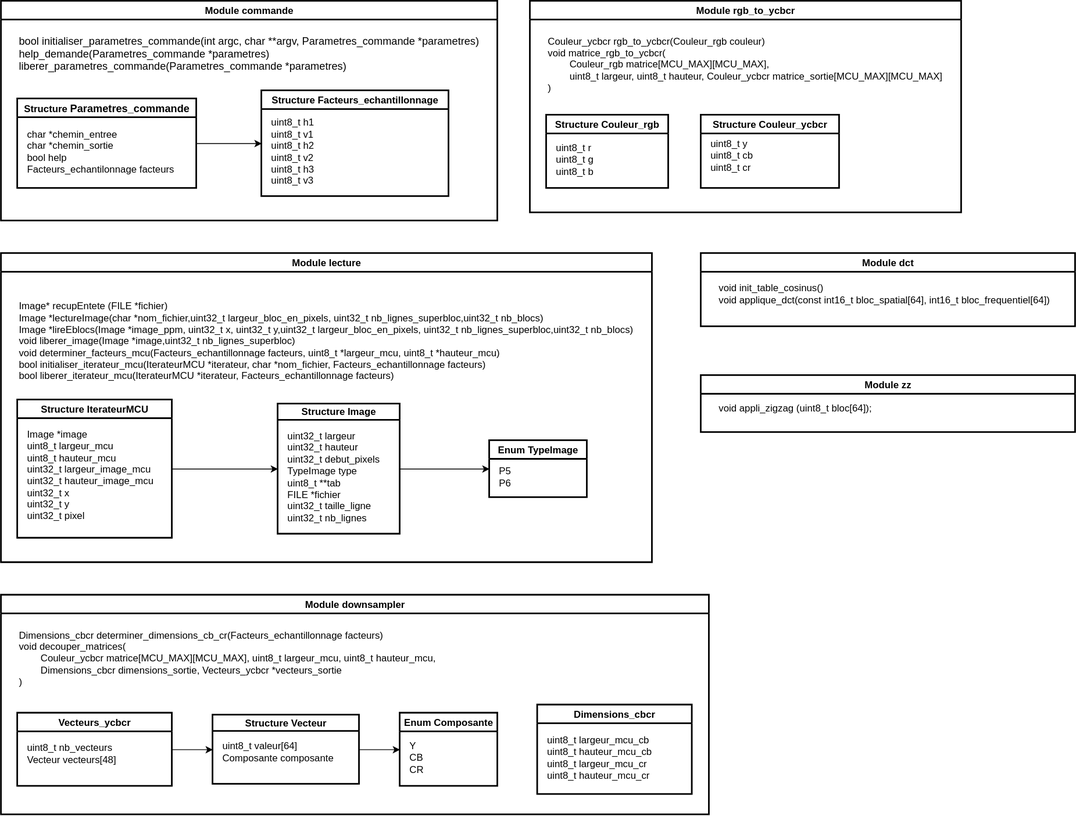
This is structures de donnees/structures de donnees.svg from Paul-000000/ENSIMAG_Projet_logiciel, a draw.io export, as it was before one commit. Source tidied: cells renumbered, new cells last; positions are measured from the earlier drawing's top-left corner, leaving out a move shared by most shapes.
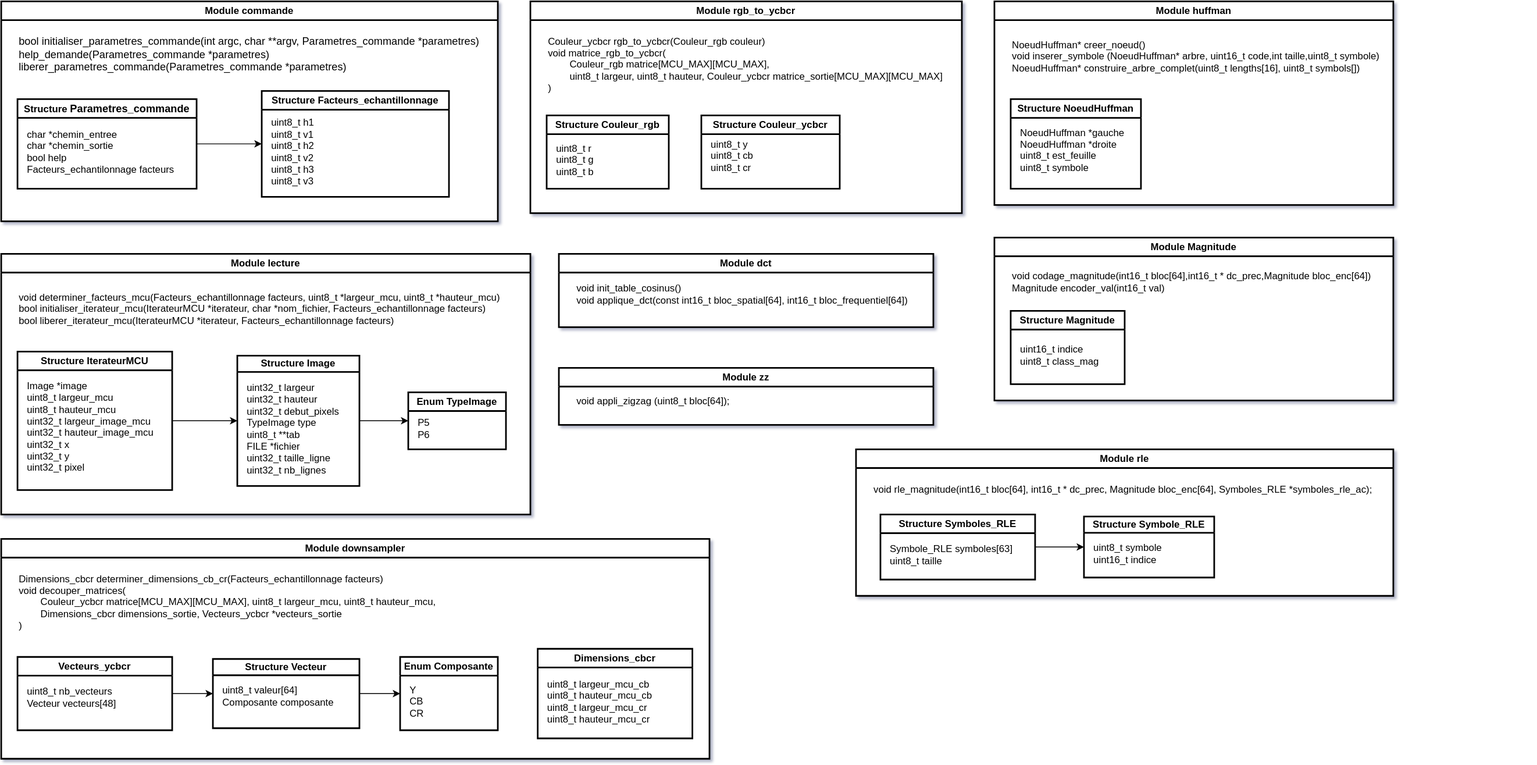
Above is the later version.

Commit message:
mise a jour du modèle des structures de données

Diff of the diagram source:
```diff
@@ -42,19 +42,19 @@
       <mxGeometry x="10" y="30" width="100" height="40" as="geometry" />
     </mxCell>
     <mxCell id="15" value="&lt;div&gt;Module lecture&lt;/div&gt;" style="swimlane;whiteSpace=wrap;html=1;labelBackgroundColor=none;align=center;swimlaneFillColor=default;strokeWidth=2;fillColor=default;swimlaneLine=1;glass=0;flipV=0;legacyAnchorPoints=0;flipH=0;rounded=0;" parent="1" vertex="1">
-      <mxGeometry y="310" width="800" height="380" as="geometry" />
+      <mxGeometry y="310" width="650" height="320" as="geometry" />
     </mxCell>
-    <mxCell id="16" value="&lt;div&gt;Image* recupEntete (FILE *fichier)&lt;/div&gt;&lt;div&gt;Image *lectureImage(char *nom_fichier,uint32_t largeur_bloc_en_pixels, uint32_t nb_lignes_superbloc,uint32_t nb_blocs)&lt;/div&gt;&lt;div&gt;Image *lireEblocs(Image *image_ppm, uint32_t x, uint32_t y,uint32_t largeur_bloc_en_pixels, uint32_t nb_lignes_superbloc,uint32_t nb_blocs)&lt;/div&gt;&lt;div&gt;void liberer_image(Image *image,uint32_t nb_lignes_superbloc)&lt;/div&gt;&lt;div&gt;void determiner_facteurs_mcu(Facteurs_echantillonnage facteurs, uint8_t *largeur_mcu, uint8_t *hauteur_mcu)&lt;/div&gt;&lt;div&gt;bool initialiser_iterateur_mcu(IterateurMCU *iterateur, char *nom_fichier, Facteurs_echantillonnage facteurs)&lt;/div&gt;&lt;div&gt;bool liberer_iterateur_mcu(IterateurMCU *iterateur, Facteurs_echantillonnage facteurs)&lt;/div&gt;" style="text;html=1;whiteSpace=wrap;strokeColor=none;fillColor=none;align=left;verticalAlign=middle;rounded=0;" parent="15" vertex="1">
-      <mxGeometry x="20" y="35" width="870" height="145" as="geometry" />
+    <mxCell id="16" value="&lt;div&gt;void determiner_facteurs_mcu(Facteurs_echantillonnage facteurs, uint8_t *largeur_mcu, uint8_t *hauteur_mcu)&lt;/div&gt;&lt;div&gt;bool initialiser_iterateur_mcu(IterateurMCU *iterateur, char *nom_fichier, Facteurs_echantillonnage facteurs)&lt;/div&gt;&lt;div&gt;bool liberer_iterateur_mcu(IterateurMCU *iterateur, Facteurs_echantillonnage facteurs)&lt;/div&gt;" style="text;html=1;whiteSpace=wrap;strokeColor=none;fillColor=none;align=left;verticalAlign=middle;rounded=0;" parent="15" vertex="1">
+      <mxGeometry x="20" y="40" width="640" height="55" as="geometry" />
     </mxCell>
     <mxCell id="17" value="Structure Image" style="swimlane;whiteSpace=wrap;html=1;labelBackgroundColor=none;align=center;swimlaneFillColor=default;strokeWidth=2;fillColor=default;swimlaneLine=1;glass=0;flipV=0;legacyAnchorPoints=0;flipH=0;rounded=0;startSize=20;" parent="15" vertex="1">
-      <mxGeometry x="340" y="185" width="150" height="160" as="geometry" />
+      <mxGeometry x="290" y="125" width="150" height="160" as="geometry" />
     </mxCell>
     <mxCell id="18" value="&lt;div&gt;uint32_t largeur&lt;/div&gt;&lt;div&gt;uint32_t hauteur&lt;/div&gt;&lt;div&gt;uint32_t debut_pixels&lt;/div&gt;&lt;div&gt;TypeImage type&lt;/div&gt;&lt;div&gt;uint8_t **tab&lt;/div&gt;&lt;div&gt;FILE *fichier&lt;/div&gt;&lt;div&gt;uint32_t taille_ligne&lt;/div&gt;&lt;div&gt;uint32_t nb_lignes&lt;/div&gt;" style="text;html=1;whiteSpace=wrap;strokeColor=none;fillColor=none;align=left;verticalAlign=middle;rounded=0;" parent="17" vertex="1">
       <mxGeometry x="10" y="30" width="150" height="120" as="geometry" />
     </mxCell>
     <mxCell id="19" value="Enum TypeImage" style="swimlane;whiteSpace=wrap;html=1;labelBackgroundColor=none;align=center;swimlaneFillColor=default;strokeWidth=2;fillColor=default;swimlaneLine=1;glass=0;flipV=0;legacyAnchorPoints=0;flipH=0;rounded=0;" parent="15" vertex="1">
-      <mxGeometry x="600" y="230" width="120" height="70" as="geometry" />
+      <mxGeometry x="500" y="170" width="120" height="70" as="geometry" />
     </mxCell>
     <mxCell id="20" value="&lt;div&gt;P5&lt;/div&gt;&lt;div&gt;P6&lt;/div&gt;" style="text;html=1;whiteSpace=wrap;strokeColor=none;fillColor=none;align=left;verticalAlign=middle;rounded=0;" parent="19" vertex="1">
       <mxGeometry x="10" y="25" width="100" height="40" as="geometry" />
@@ -63,7 +63,7 @@
       <mxGeometry relative="1" as="geometry" />
     </mxCell>
     <mxCell id="22" value="&lt;div&gt;Structure IterateurMCU&lt;/div&gt;" style="swimlane;whiteSpace=wrap;html=1;labelBackgroundColor=none;align=center;swimlaneFillColor=default;strokeWidth=2;fillColor=default;swimlaneLine=1;glass=0;flipV=0;legacyAnchorPoints=0;flipH=0;rounded=0;" parent="15" vertex="1">
-      <mxGeometry x="20" y="180" width="190" height="170" as="geometry" />
+      <mxGeometry x="20" y="120" width="190" height="170" as="geometry" />
     </mxCell>
     <mxCell id="23" value="&lt;div&gt;Image *image&lt;/div&gt;&lt;div&gt;uint8_t largeur_mcu&lt;/div&gt;&lt;div&gt;uint8_t hauteur_mcu&lt;/div&gt;&lt;div&gt;uint32_t largeur_image_mcu&lt;/div&gt;&lt;div&gt;uint32_t hauteur_image_mcu&lt;/div&gt;&lt;div&gt;uint32_t x&lt;/div&gt;&lt;div&gt;uint32_t y&lt;/div&gt;&lt;div&gt;uint32_t pixel&lt;/div&gt;&lt;div&gt;&lt;br&gt;&lt;/div&gt;" style="text;html=1;whiteSpace=wrap;strokeColor=none;fillColor=none;align=left;verticalAlign=middle;rounded=0;" parent="22" vertex="1">
       <mxGeometry x="10" y="40" width="200" height="120" as="geometry" />
@@ -72,19 +72,19 @@
       <mxGeometry relative="1" as="geometry" />
     </mxCell>
     <mxCell id="25" value="&lt;div&gt;Module dct&lt;/div&gt;" style="swimlane;whiteSpace=wrap;html=1;labelBackgroundColor=none;align=center;swimlaneFillColor=default;strokeWidth=2;fillColor=default;swimlaneLine=1;glass=0;flipV=0;legacyAnchorPoints=0;flipH=0;rounded=0;" parent="1" vertex="1">
-      <mxGeometry x="860" y="310" width="460" height="90" as="geometry" />
+      <mxGeometry x="685" y="310" width="460" height="90" as="geometry" />
     </mxCell>
     <mxCell id="26" value="&lt;div&gt;void init_table_cosinus()&lt;/div&gt;&lt;div&gt;void applique_dct(const int16_t bloc_spatial[64], int16_t bloc_frequentiel[64])&lt;/div&gt;" style="text;html=1;whiteSpace=wrap;strokeColor=none;fillColor=none;align=left;verticalAlign=middle;rounded=0;" parent="25" vertex="1">
       <mxGeometry x="20" y="32.5" width="420" height="35" as="geometry" />
     </mxCell>
     <mxCell id="27" value="&lt;div&gt;Module zz&lt;/div&gt;" style="swimlane;whiteSpace=wrap;html=1;labelBackgroundColor=none;align=center;swimlaneFillColor=default;strokeWidth=2;fillColor=default;swimlaneLine=1;glass=0;flipV=0;legacyAnchorPoints=0;flipH=0;rounded=0;" parent="1" vertex="1">
-      <mxGeometry x="860" y="460" width="460" height="70" as="geometry" />
+      <mxGeometry x="685" y="450" width="460" height="70" as="geometry" />
     </mxCell>
     <mxCell id="28" value="void appli_zigzag (uint8_t bloc[64]);" style="text;html=1;whiteSpace=wrap;strokeColor=none;fillColor=none;align=left;verticalAlign=middle;rounded=0;" parent="27" vertex="1">
       <mxGeometry x="20" y="32.5" width="420" height="17.5" as="geometry" />
     </mxCell>
     <mxCell id="29" value="&lt;div&gt;Module downsampler&lt;/div&gt;" style="swimlane;whiteSpace=wrap;html=1;labelBackgroundColor=none;align=center;swimlaneFillColor=default;strokeWidth=2;fillColor=default;swimlaneLine=1;glass=0;flipV=0;legacyAnchorPoints=0;flipH=0;rounded=0;" parent="1" vertex="1">
-      <mxGeometry y="730" width="870" height="270" as="geometry" />
+      <mxGeometry y="660" width="870" height="270" as="geometry" />
     </mxCell>
     <mxCell id="30" value="&lt;div&gt;Dimensions_cbcr determiner_dimensions_cb_cr(Facteurs_echantillonnage facteurs)&lt;/div&gt;&lt;div&gt;void decouper_matrices(&lt;/div&gt;&lt;div&gt;&lt;span style=&quot;white-space: pre;&quot;&gt;&#9;&lt;/span&gt;Couleur_ycbcr matrice[MCU_MAX][MCU_MAX], uint8_t largeur_mcu, uint8_t hauteur_mcu,&lt;/div&gt;&lt;div&gt;&lt;span style=&quot;white-space: pre;&quot;&gt;&#9;&lt;/span&gt;Dimensions_cbcr dimensions_sortie, Vecteurs_ycbcr *vecteurs_sortie&lt;/div&gt;&lt;div&gt;)&lt;/div&gt;" style="text;html=1;whiteSpace=wrap;strokeColor=none;fillColor=none;align=left;verticalAlign=middle;rounded=0;" parent="29" vertex="1">
       <mxGeometry x="20" y="35" width="530" height="85" as="geometry" />
@@ -119,5 +119,50 @@
     <mxCell id="40" value="&lt;div&gt;uint8_t largeur_mcu_cb&lt;/div&gt;&lt;div&gt;uint8_t hauteur_mcu_cb&lt;/div&gt;&lt;div&gt;uint8_t largeur_mcu_cr&lt;/div&gt;&lt;div&gt;uint8_t&amp;nbsp;hauteur_mcu_cr&lt;/div&gt;" style="text;html=1;whiteSpace=wrap;strokeColor=none;fillColor=none;align=left;verticalAlign=middle;rounded=0;" parent="39" vertex="1">
       <mxGeometry x="10" y="30" width="140" height="70" as="geometry" />
     </mxCell>
+    <mxCell id="41" value="&lt;div&gt;Module huffman&lt;/div&gt;" style="swimlane;whiteSpace=wrap;html=1;labelBackgroundColor=none;align=center;swimlaneFillColor=default;strokeWidth=2;fillColor=default;swimlaneLine=1;glass=0;flipV=0;legacyAnchorPoints=0;flipH=0;rounded=0;" parent="1" vertex="1">
+      <mxGeometry x="1220" width="490" height="250" as="geometry" />
+    </mxCell>
+    <mxCell id="42" value="&lt;div&gt;NoeudHuffman* creer_noeud()&lt;/div&gt;&lt;div&gt;void inserer_symbole (NoeudHuffman* arbre, uint16_t code,int taille,uint8_t symbole)&lt;/div&gt;&lt;div&gt;NoeudHuffman* construire_arbre_complet(uint8_t lengths[16], uint8_t symbols[])&lt;/div&gt;" style="text;html=1;whiteSpace=wrap;strokeColor=none;fillColor=none;align=left;verticalAlign=middle;rounded=0;" parent="41" vertex="1">
+      <mxGeometry x="20" y="40" width="460" height="55" as="geometry" />
+    </mxCell>
+    <mxCell id="43" value="&lt;div&gt;Structure&amp;nbsp;NoeudHuffman&lt;/div&gt;" style="swimlane;whiteSpace=wrap;html=1;labelBackgroundColor=none;align=center;swimlaneFillColor=default;strokeWidth=2;fillColor=default;swimlaneLine=1;glass=0;flipV=0;legacyAnchorPoints=0;flipH=0;rounded=0;" parent="41" vertex="1">
+      <mxGeometry x="20" y="120" width="160" height="110" as="geometry" />
+    </mxCell>
+    <mxCell id="44" value="&lt;div&gt;NoeudHuffman *gauche&lt;/div&gt;&lt;div&gt;NoeudHuffman *droite&lt;/div&gt;&lt;div&gt;uint8_t est_feuille&lt;/div&gt;&lt;div&gt;uint8_t symbole&lt;/div&gt;&lt;div&gt;&lt;br&gt;&lt;/div&gt;" style="text;html=1;whiteSpace=wrap;strokeColor=none;fillColor=none;align=left;verticalAlign=middle;rounded=0;" parent="43" vertex="1">
+      <mxGeometry x="10" y="40" width="130" height="60" as="geometry" />
+    </mxCell>
+    <mxCell id="45" value="&lt;div&gt;Module Magnitude&lt;/div&gt;" style="swimlane;whiteSpace=wrap;html=1;labelBackgroundColor=none;align=center;swimlaneFillColor=default;strokeWidth=2;fillColor=default;swimlaneLine=1;glass=0;flipV=0;legacyAnchorPoints=0;flipH=0;rounded=0;startSize=23;" parent="1" vertex="1">
+      <mxGeometry x="1220" y="290" width="490" height="200" as="geometry" />
+    </mxCell>
+    <mxCell id="46" value="&lt;div&gt;void codage_magnitude(int16_t bloc[64],int16_t * dc_prec,Magnitude bloc_enc[64])&lt;/div&gt;&lt;div&gt;Magnitude encoder_val(int16_t val)&lt;/div&gt;" style="text;html=1;whiteSpace=wrap;strokeColor=none;fillColor=none;align=left;verticalAlign=middle;rounded=0;" parent="45" vertex="1">
+      <mxGeometry x="20" y="40" width="640" height="30" as="geometry" />
+    </mxCell>
+    <mxCell id="47" value="&lt;div&gt;Structure Magnitude&lt;/div&gt;" style="swimlane;whiteSpace=wrap;html=1;labelBackgroundColor=none;align=center;swimlaneFillColor=default;strokeWidth=2;fillColor=default;swimlaneLine=1;glass=0;flipV=0;legacyAnchorPoints=0;flipH=0;rounded=0;" parent="45" vertex="1">
+      <mxGeometry x="20" y="90" width="140" height="90" as="geometry" />
+    </mxCell>
+    <mxCell id="48" value="&lt;div&gt;uint16_t indice&lt;/div&gt;&lt;div&gt;uint8_t class_mag&lt;/div&gt;" style="text;html=1;whiteSpace=wrap;strokeColor=none;fillColor=none;align=left;verticalAlign=middle;rounded=0;" parent="47" vertex="1">
+      <mxGeometry x="10" y="40" width="160" height="30" as="geometry" />
+    </mxCell>
+    <mxCell id="49" value="&lt;div&gt;Module rle&lt;/div&gt;" style="swimlane;whiteSpace=wrap;html=1;labelBackgroundColor=none;align=center;swimlaneFillColor=default;strokeWidth=2;fillColor=default;swimlaneLine=1;glass=0;flipV=0;legacyAnchorPoints=0;flipH=0;rounded=0;" parent="1" vertex="1">
+      <mxGeometry x="1050" y="550" width="660" height="180" as="geometry" />
+    </mxCell>
+    <mxCell id="50" value="void rle_magnitude(int16_t bloc[64], int16_t * dc_prec, Magnitude bloc_enc[64], Symboles_RLE *symboles_rle_ac);" style="text;html=1;whiteSpace=wrap;strokeColor=none;fillColor=none;align=left;verticalAlign=middle;rounded=0;" parent="49" vertex="1">
+      <mxGeometry x="20" y="40" width="640" height="20" as="geometry" />
+    </mxCell>
+    <mxCell id="51" value="Structure&amp;nbsp;Symbole_RLE" style="swimlane;whiteSpace=wrap;html=1;labelBackgroundColor=none;align=center;swimlaneFillColor=default;strokeWidth=2;fillColor=default;swimlaneLine=1;glass=0;flipV=0;legacyAnchorPoints=0;flipH=0;rounded=0;startSize=20;" parent="49" vertex="1">
+      <mxGeometry x="280" y="82.5" width="160" height="75" as="geometry" />
+    </mxCell>
+    <mxCell id="52" value="&lt;div&gt;uint8_t symbole&amp;nbsp;&lt;/div&gt;&lt;div&gt;uint16_t indice&lt;/div&gt;" style="text;html=1;whiteSpace=wrap;strokeColor=none;fillColor=none;align=left;verticalAlign=middle;rounded=0;" parent="51" vertex="1">
+      <mxGeometry x="10" y="30" width="100" height="30" as="geometry" />
+    </mxCell>
+    <mxCell id="53" value="&lt;div&gt;Structure&amp;nbsp;Symboles_RLE&lt;/div&gt;" style="swimlane;whiteSpace=wrap;html=1;labelBackgroundColor=none;align=center;swimlaneFillColor=default;strokeWidth=2;fillColor=default;swimlaneLine=1;glass=0;flipV=0;legacyAnchorPoints=0;flipH=0;rounded=0;" parent="49" vertex="1">
+      <mxGeometry x="30" y="80" width="190" height="80" as="geometry" />
+    </mxCell>
+    <mxCell id="54" value="&lt;div&gt;Symbole_RLE symboles[63]&amp;nbsp;&lt;/div&gt;&lt;div&gt;uint8_t taille&lt;/div&gt;" style="text;html=1;whiteSpace=wrap;strokeColor=none;fillColor=none;align=left;verticalAlign=middle;rounded=0;" parent="53" vertex="1">
+      <mxGeometry x="10" y="35" width="170" height="30" as="geometry" />
+    </mxCell>
+    <mxCell id="55" style="endArrow=classic;html=1;rounded=0;entryX=0;entryY=0.5;entryDx=0;entryDy=0;exitX=1;exitY=0.5;exitDx=0;exitDy=0;" parent="49" edge="1" source="53" target="51">
+      <mxGeometry relative="1" as="geometry" />
+    </mxCell>
   </root>
 </mxGraphModel>
```
